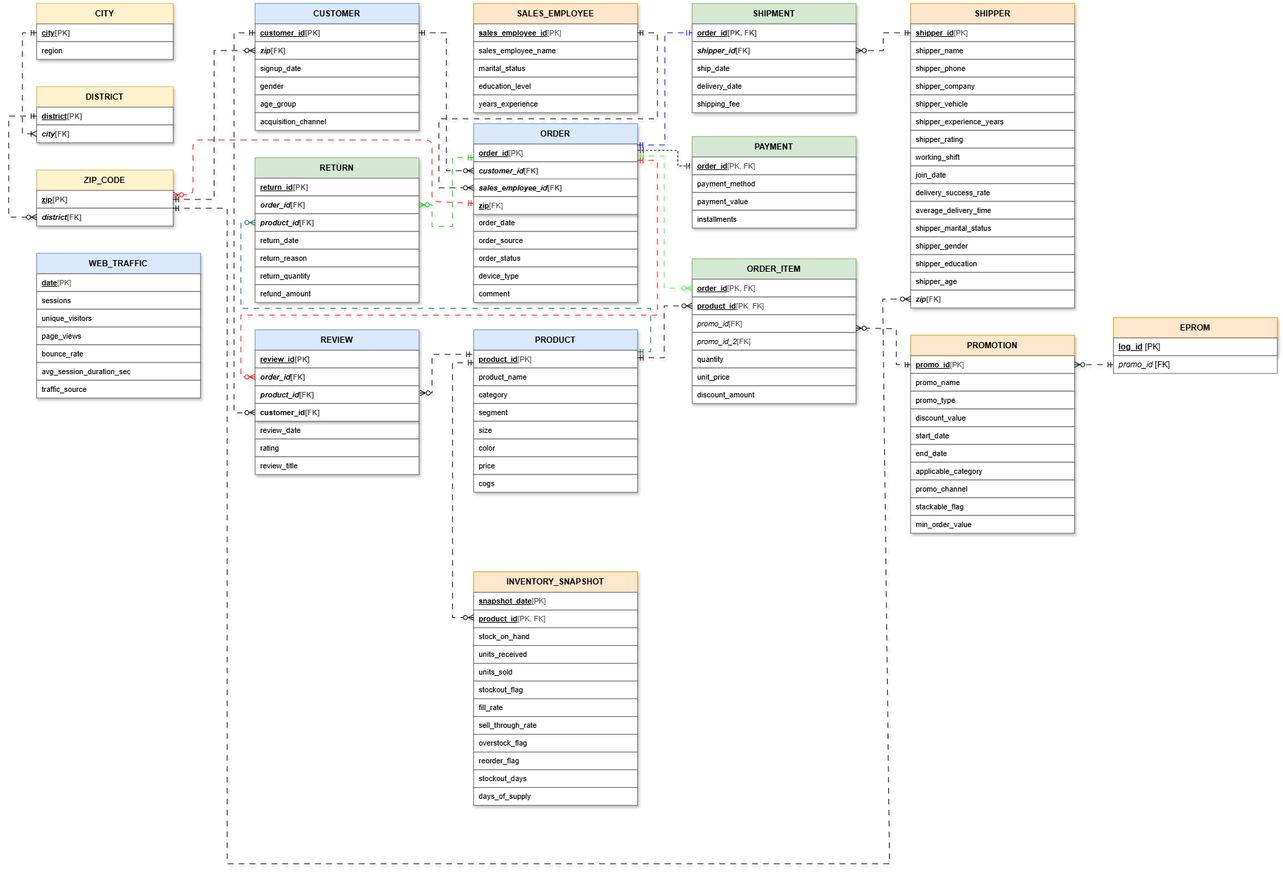
meanvux07/DAAI_N2.2 keeps this draw.io diagram as ERD và Lược đồ quan hệ/DAAI_N2.2-Lược đồ BCNF.drawio.png. Above is the earlier version. Source tidied: cells renumbered, new cells last; positions are measured from the earlier drawing's top-left corner, leaving out a move shared by most shapes.
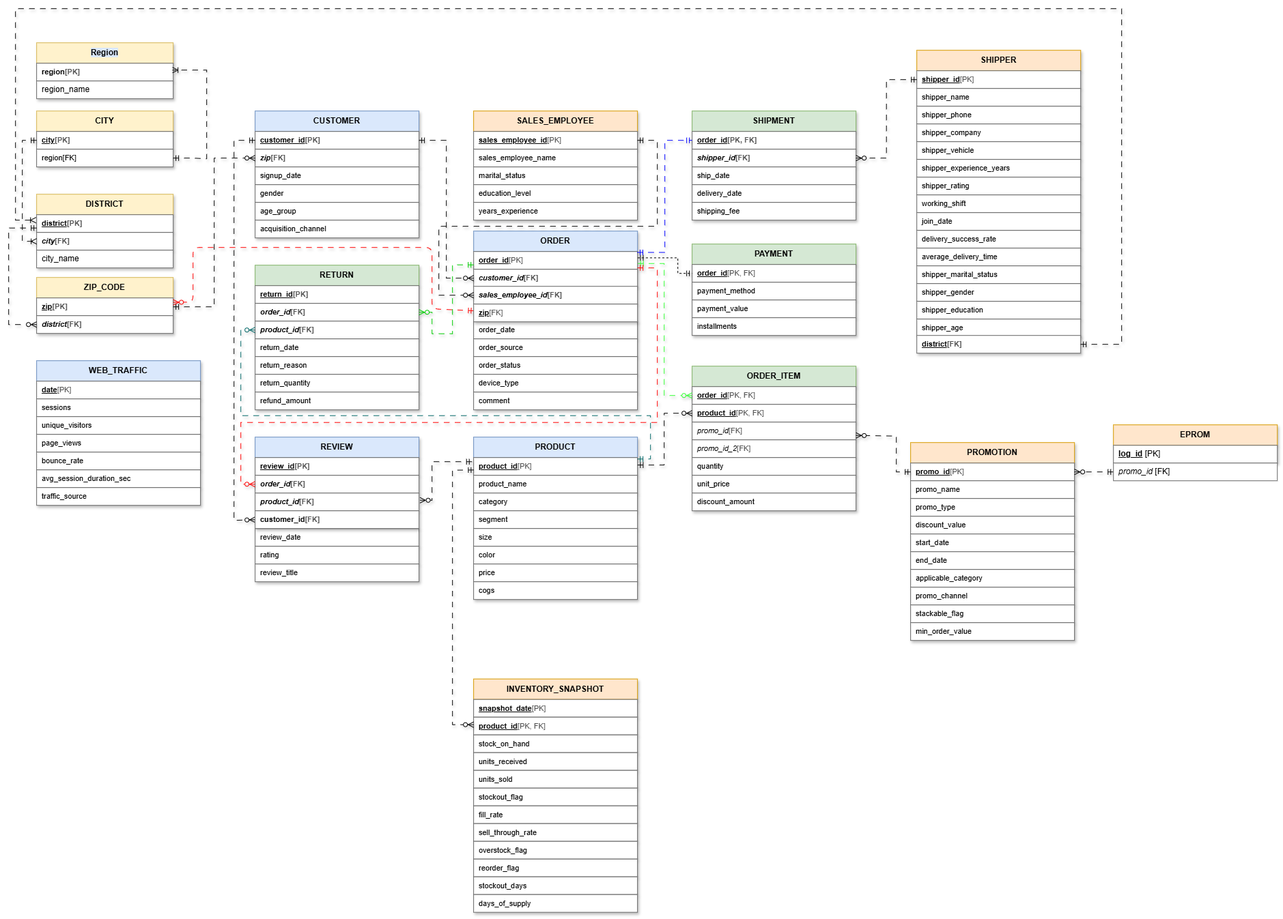
Above is the later version.

The edit, as a diff of the source:
```diff
@@ -8,7 +8,7 @@
     <mxCell id="3" value="&lt;table width=&quot;100%&quot; cellpadding=&quot;0&quot; cellspacing=&quot;0&quot; style=&quot;font-size:11px;border-collapse:collapse;&quot;&gt;&lt;tbody&gt;&lt;tr&gt;&lt;td align=&quot;left&quot;&gt;&lt;span&gt;&lt;u&gt;city&lt;/u&gt;&lt;/span&gt;&lt;/td&gt;&lt;td align=&quot;right&quot; style=&quot;color:#555;&quot;&gt;[PK]&lt;/td&gt;&lt;/tr&gt;&lt;/tbody&gt;&lt;/table&gt;" style="rounded=0;whiteSpace=wrap;html=1;align=left;verticalAlign=middle;spacingLeft=6;spacingRight=6;fontSize=11;fillColor=#ffffff;strokeColor=#666666;fontStyle=1;shadow=1;" parent="1" vertex="1">
       <mxGeometry x="40.9" y="30" width="200" height="26" as="geometry" />
     </mxCell>
-    <mxCell id="4" value="&lt;table width=&quot;100%&quot; cellpadding=&quot;0&quot; cellspacing=&quot;0&quot; style=&quot;font-size:11px;border-collapse:collapse;&quot;&gt;&lt;tbody&gt;&lt;tr&gt;&lt;td align=&quot;left&quot;&gt;region&lt;/td&gt;&lt;td align=&quot;right&quot; style=&quot;color:#555;&quot;&gt;&lt;/td&gt;&lt;/tr&gt;&lt;/tbody&gt;&lt;/table&gt;" style="rounded=0;whiteSpace=wrap;html=1;align=left;verticalAlign=middle;spacingLeft=6;spacingRight=6;fontSize=11;fillColor=#ffffff;strokeColor=#666666;fontStyle=0;shadow=1;" parent="1" vertex="1">
+    <mxCell id="4" value="&lt;table width=&quot;100%&quot; cellpadding=&quot;0&quot; cellspacing=&quot;0&quot; style=&quot;font-size:11px;border-collapse:collapse;&quot;&gt;&lt;tbody&gt;&lt;tr&gt;&lt;td align=&quot;left&quot;&gt;region[FK]&lt;/td&gt;&lt;td align=&quot;right&quot; style=&quot;color: rgb(85, 85, 85);&quot;&gt;&lt;/td&gt;&lt;/tr&gt;&lt;/tbody&gt;&lt;/table&gt;" style="rounded=0;whiteSpace=wrap;html=1;align=left;verticalAlign=middle;spacingLeft=6;spacingRight=6;fontSize=11;fillColor=#ffffff;strokeColor=#666666;fontStyle=0;shadow=1;" parent="1" vertex="1">
       <mxGeometry x="40.9" y="56" width="200" height="26" as="geometry" />
     </mxCell>
     <mxCell id="5" value="&lt;b&gt;DISTRICT&lt;/b&gt;" style="rounded=0;whiteSpace=wrap;html=1;align=center;verticalAlign=middle;fontSize=12;fillColor=#fff2cc;strokeColor=#d6b656;fontColor=#000000;shadow=1;" parent="1" vertex="1">
@@ -288,56 +288,53 @@
       <mxGeometry x="680.9" y="1148.5" width="240" height="26" as="geometry" />
     </mxCell>
     <mxCell id="97" value="&lt;b&gt;SHIPPER&lt;/b&gt;" style="rounded=0;whiteSpace=wrap;html=1;align=center;verticalAlign=middle;fontSize=12;fillColor=#ffe6cc;strokeColor=#d79b00;fontColor=#000000;shadow=1;" parent="1" vertex="1">
-      <mxGeometry x="1320.9" width="240" height="30" as="geometry" />
+      <mxGeometry x="1330" y="-89" width="240" height="30" as="geometry" />
     </mxCell>
     <mxCell id="98" value="&lt;table width=&quot;100%&quot; cellpadding=&quot;0&quot; cellspacing=&quot;0&quot; style=&quot;font-size:11px;border-collapse:collapse;&quot;&gt;&lt;tr&gt;&lt;td align=&quot;left&quot;&gt;&lt;b&gt;&lt;u&gt;shipper_id&lt;/u&gt;&lt;/b&gt;&lt;/td&gt;&lt;td align=&quot;right&quot; style=&quot;color:#555;&quot;&gt;[PK]&lt;/td&gt;&lt;/tr&gt;&lt;/table&gt;" style="rounded=0;whiteSpace=wrap;html=1;align=left;verticalAlign=middle;spacingLeft=6;spacingRight=6;fontSize=11;fillColor=#ffffff;strokeColor=#666666;shadow=1;" parent="1" vertex="1">
-      <mxGeometry x="1320.9" y="30" width="240" height="26" as="geometry" />
+      <mxGeometry x="1330" y="-59" width="240" height="26" as="geometry" />
     </mxCell>
     <mxCell id="99" value="&lt;table width=&quot;100%&quot; cellpadding=&quot;0&quot; cellspacing=&quot;0&quot; style=&quot;font-size:11px;border-collapse:collapse;&quot;&gt;&lt;tr&gt;&lt;td align=&quot;left&quot;&gt;shipper_name&lt;/td&gt;&lt;td align=&quot;right&quot; style=&quot;color:#555;&quot;&gt;&lt;/td&gt;&lt;/tr&gt;&lt;/table&gt;" style="rounded=0;whiteSpace=wrap;html=1;align=left;verticalAlign=middle;spacingLeft=6;spacingRight=6;fontSize=11;fillColor=#ffffff;strokeColor=#666666;shadow=1;" parent="1" vertex="1">
-      <mxGeometry x="1320.9" y="56" width="240" height="26" as="geometry" />
+      <mxGeometry x="1330" y="-33" width="240" height="26" as="geometry" />
     </mxCell>
     <mxCell id="100" value="&lt;table width=&quot;100%&quot; cellpadding=&quot;0&quot; cellspacing=&quot;0&quot; style=&quot;font-size:11px;border-collapse:collapse;&quot;&gt;&lt;tr&gt;&lt;td align=&quot;left&quot;&gt;shipper_phone&lt;/td&gt;&lt;td align=&quot;right&quot; style=&quot;color:#555;&quot;&gt;&lt;/td&gt;&lt;/tr&gt;&lt;/table&gt;" style="rounded=0;whiteSpace=wrap;html=1;align=left;verticalAlign=middle;spacingLeft=6;spacingRight=6;fontSize=11;fillColor=#ffffff;strokeColor=#666666;shadow=1;" parent="1" vertex="1">
-      <mxGeometry x="1320.9" y="82" width="240" height="26" as="geometry" />
+      <mxGeometry x="1330" y="-7" width="240" height="26" as="geometry" />
     </mxCell>
     <mxCell id="101" value="&lt;table width=&quot;100%&quot; cellpadding=&quot;0&quot; cellspacing=&quot;0&quot; style=&quot;font-size:11px;border-collapse:collapse;&quot;&gt;&lt;tr&gt;&lt;td align=&quot;left&quot;&gt;shipper_company&lt;/td&gt;&lt;td align=&quot;right&quot; style=&quot;color:#555;&quot;&gt;&lt;/td&gt;&lt;/tr&gt;&lt;/table&gt;" style="rounded=0;whiteSpace=wrap;html=1;align=left;verticalAlign=middle;spacingLeft=6;spacingRight=6;fontSize=11;fillColor=#ffffff;strokeColor=#666666;shadow=1;" parent="1" vertex="1">
-      <mxGeometry x="1320.9" y="108" width="240" height="26" as="geometry" />
+      <mxGeometry x="1330" y="19" width="240" height="26" as="geometry" />
     </mxCell>
     <mxCell id="102" value="&lt;table width=&quot;100%&quot; cellpadding=&quot;0&quot; cellspacing=&quot;0&quot; style=&quot;font-size:11px;border-collapse:collapse;&quot;&gt;&lt;tr&gt;&lt;td align=&quot;left&quot;&gt;shipper_vehicle&lt;/td&gt;&lt;td align=&quot;right&quot; style=&quot;color:#555;&quot;&gt;&lt;/td&gt;&lt;/tr&gt;&lt;/table&gt;" style="rounded=0;whiteSpace=wrap;html=1;align=left;verticalAlign=middle;spacingLeft=6;spacingRight=6;fontSize=11;fillColor=#ffffff;strokeColor=#666666;shadow=1;" parent="1" vertex="1">
-      <mxGeometry x="1320.9" y="134" width="240" height="26" as="geometry" />
+      <mxGeometry x="1330" y="45" width="240" height="26" as="geometry" />
     </mxCell>
     <mxCell id="103" value="&lt;table width=&quot;100%&quot; cellpadding=&quot;0&quot; cellspacing=&quot;0&quot; style=&quot;font-size:11px;border-collapse:collapse;&quot;&gt;&lt;tr&gt;&lt;td align=&quot;left&quot;&gt;shipper_experience_years&lt;/td&gt;&lt;td align=&quot;right&quot; style=&quot;color:#555;&quot;&gt;&lt;/td&gt;&lt;/tr&gt;&lt;/table&gt;" style="rounded=0;whiteSpace=wrap;html=1;align=left;verticalAlign=middle;spacingLeft=6;spacingRight=6;fontSize=11;fillColor=#ffffff;strokeColor=#666666;shadow=1;" parent="1" vertex="1">
-      <mxGeometry x="1320.9" y="160" width="240" height="26" as="geometry" />
+      <mxGeometry x="1330" y="71" width="240" height="26" as="geometry" />
     </mxCell>
     <mxCell id="104" value="&lt;table width=&quot;100%&quot; cellpadding=&quot;0&quot; cellspacing=&quot;0&quot; style=&quot;font-size:11px;border-collapse:collapse;&quot;&gt;&lt;tr&gt;&lt;td align=&quot;left&quot;&gt;shipper_rating&lt;/td&gt;&lt;td align=&quot;right&quot; style=&quot;color:#555;&quot;&gt;&lt;/td&gt;&lt;/tr&gt;&lt;/table&gt;" style="rounded=0;whiteSpace=wrap;html=1;align=left;verticalAlign=middle;spacingLeft=6;spacingRight=6;fontSize=11;fillColor=#ffffff;strokeColor=#666666;shadow=1;" parent="1" vertex="1">
-      <mxGeometry x="1320.9" y="186" width="240" height="26" as="geometry" />
+      <mxGeometry x="1330" y="97" width="240" height="26" as="geometry" />
     </mxCell>
     <mxCell id="105" value="&lt;table width=&quot;100%&quot; cellpadding=&quot;0&quot; cellspacing=&quot;0&quot; style=&quot;font-size:11px;border-collapse:collapse;&quot;&gt;&lt;tr&gt;&lt;td align=&quot;left&quot;&gt;working_shift&lt;/td&gt;&lt;td align=&quot;right&quot; style=&quot;color:#555;&quot;&gt;&lt;/td&gt;&lt;/tr&gt;&lt;/table&gt;" style="rounded=0;whiteSpace=wrap;html=1;align=left;verticalAlign=middle;spacingLeft=6;spacingRight=6;fontSize=11;fillColor=#ffffff;strokeColor=#666666;shadow=1;" parent="1" vertex="1">
-      <mxGeometry x="1320.9" y="212" width="240" height="26" as="geometry" />
+      <mxGeometry x="1330" y="123" width="240" height="26" as="geometry" />
     </mxCell>
     <mxCell id="106" value="&lt;table width=&quot;100%&quot; cellpadding=&quot;0&quot; cellspacing=&quot;0&quot; style=&quot;font-size:11px;border-collapse:collapse;&quot;&gt;&lt;tr&gt;&lt;td align=&quot;left&quot;&gt;join_date&lt;/td&gt;&lt;td align=&quot;right&quot; style=&quot;color:#555;&quot;&gt;&lt;/td&gt;&lt;/tr&gt;&lt;/table&gt;" style="rounded=0;whiteSpace=wrap;html=1;align=left;verticalAlign=middle;spacingLeft=6;spacingRight=6;fontSize=11;fillColor=#ffffff;strokeColor=#666666;shadow=1;" parent="1" vertex="1">
-      <mxGeometry x="1320.9" y="238" width="240" height="26" as="geometry" />
+      <mxGeometry x="1330" y="149" width="240" height="26" as="geometry" />
     </mxCell>
     <mxCell id="107" value="&lt;table width=&quot;100%&quot; cellpadding=&quot;0&quot; cellspacing=&quot;0&quot; style=&quot;font-size:11px;border-collapse:collapse;&quot;&gt;&lt;tr&gt;&lt;td align=&quot;left&quot;&gt;delivery_success_rate&lt;/td&gt;&lt;td align=&quot;right&quot; style=&quot;color:#555;&quot;&gt;&lt;/td&gt;&lt;/tr&gt;&lt;/table&gt;" style="rounded=0;whiteSpace=wrap;html=1;align=left;verticalAlign=middle;spacingLeft=6;spacingRight=6;fontSize=11;fillColor=#ffffff;strokeColor=#666666;shadow=1;" parent="1" vertex="1">
-      <mxGeometry x="1320.9" y="264" width="240" height="26" as="geometry" />
+      <mxGeometry x="1330" y="175" width="240" height="26" as="geometry" />
     </mxCell>
     <mxCell id="108" value="&lt;table width=&quot;100%&quot; cellpadding=&quot;0&quot; cellspacing=&quot;0&quot; style=&quot;font-size:11px;border-collapse:collapse;&quot;&gt;&lt;tr&gt;&lt;td align=&quot;left&quot;&gt;average_delivery_time&lt;/td&gt;&lt;td align=&quot;right&quot; style=&quot;color:#555;&quot;&gt;&lt;/td&gt;&lt;/tr&gt;&lt;/table&gt;" style="rounded=0;whiteSpace=wrap;html=1;align=left;verticalAlign=middle;spacingLeft=6;spacingRight=6;fontSize=11;fillColor=#ffffff;strokeColor=#666666;shadow=1;" parent="1" vertex="1">
-      <mxGeometry x="1320.9" y="290" width="240" height="26" as="geometry" />
+      <mxGeometry x="1330" y="201" width="240" height="26" as="geometry" />
     </mxCell>
     <mxCell id="109" value="&lt;table width=&quot;100%&quot; cellpadding=&quot;0&quot; cellspacing=&quot;0&quot; style=&quot;font-size:11px;border-collapse:collapse;&quot;&gt;&lt;tr&gt;&lt;td align=&quot;left&quot;&gt;shipper_marital_status&lt;/td&gt;&lt;td align=&quot;right&quot; style=&quot;color:#555;&quot;&gt;&lt;/td&gt;&lt;/tr&gt;&lt;/table&gt;" style="rounded=0;whiteSpace=wrap;html=1;align=left;verticalAlign=middle;spacingLeft=6;spacingRight=6;fontSize=11;fillColor=#ffffff;strokeColor=#666666;shadow=1;" parent="1" vertex="1">
-      <mxGeometry x="1320.9" y="316" width="240" height="26" as="geometry" />
+      <mxGeometry x="1330" y="227" width="240" height="26" as="geometry" />
     </mxCell>
     <mxCell id="110" value="&lt;table width=&quot;100%&quot; cellpadding=&quot;0&quot; cellspacing=&quot;0&quot; style=&quot;font-size:11px;border-collapse:collapse;&quot;&gt;&lt;tr&gt;&lt;td align=&quot;left&quot;&gt;shipper_gender&lt;/td&gt;&lt;td align=&quot;right&quot; style=&quot;color:#555;&quot;&gt;&lt;/td&gt;&lt;/tr&gt;&lt;/table&gt;" style="rounded=0;whiteSpace=wrap;html=1;align=left;verticalAlign=middle;spacingLeft=6;spacingRight=6;fontSize=11;fillColor=#ffffff;strokeColor=#666666;shadow=1;" parent="1" vertex="1">
-      <mxGeometry x="1320.9" y="342" width="240" height="26" as="geometry" />
+      <mxGeometry x="1330" y="253" width="240" height="26" as="geometry" />
     </mxCell>
     <mxCell id="111" value="&lt;table width=&quot;100%&quot; cellpadding=&quot;0&quot; cellspacing=&quot;0&quot; style=&quot;font-size:11px;border-collapse:collapse;&quot;&gt;&lt;tr&gt;&lt;td align=&quot;left&quot;&gt;shipper_education&lt;/td&gt;&lt;td align=&quot;right&quot; style=&quot;color:#555;&quot;&gt;&lt;/td&gt;&lt;/tr&gt;&lt;/table&gt;" style="rounded=0;whiteSpace=wrap;html=1;align=left;verticalAlign=middle;spacingLeft=6;spacingRight=6;fontSize=11;fillColor=#ffffff;strokeColor=#666666;shadow=1;" parent="1" vertex="1">
-      <mxGeometry x="1320.9" y="368" width="240" height="26" as="geometry" />
+      <mxGeometry x="1330" y="279" width="240" height="26" as="geometry" />
     </mxCell>
     <mxCell id="112" value="&lt;table width=&quot;100%&quot; cellpadding=&quot;0&quot; cellspacing=&quot;0&quot; style=&quot;font-size:11px;border-collapse:collapse;&quot;&gt;&lt;tr&gt;&lt;td align=&quot;left&quot;&gt;shipper_age&lt;/td&gt;&lt;td align=&quot;right&quot; style=&quot;color:#555;&quot;&gt;&lt;/td&gt;&lt;/tr&gt;&lt;/table&gt;" style="rounded=0;whiteSpace=wrap;html=1;align=left;verticalAlign=middle;spacingLeft=6;spacingRight=6;fontSize=11;fillColor=#ffffff;strokeColor=#666666;shadow=1;" parent="1" vertex="1">
-      <mxGeometry x="1320.9" y="394" width="240" height="26" as="geometry" />
+      <mxGeometry x="1330" y="305" width="240" height="26" as="geometry" />
     </mxCell>
-    <mxCell id="113" value="&lt;table width=&quot;100%&quot; cellpadding=&quot;0&quot; cellspacing=&quot;0&quot; style=&quot;font-size:11px;border-collapse:collapse;&quot;&gt;&lt;tbody&gt;&lt;tr&gt;&lt;td align=&quot;left&quot;&gt;&lt;i&gt;zip&lt;/i&gt;&lt;/td&gt;&lt;td align=&quot;right&quot; style=&quot;color: rgb(85, 85, 85);&quot;&gt;[FK]&lt;/td&gt;&lt;/tr&gt;&lt;/tbody&gt;&lt;/table&gt;" style="rounded=0;whiteSpace=wrap;html=1;align=left;verticalAlign=middle;spacingLeft=6;spacingRight=6;fontSize=11;fillColor=#ffffff;strokeColor=#666666;fontStyle=1;shadow=1;" parent="1" vertex="1">
-      <mxGeometry x="1320.9" y="420" width="240" height="26" as="geometry" />
-    </mxCell>
     <mxCell id="114" value="&lt;b&gt;PROMOTION&lt;/b&gt;" style="rounded=0;whiteSpace=wrap;html=1;align=center;verticalAlign=middle;fontSize=12;fillColor=#ffe6cc;strokeColor=#d79b00;fontColor=#000000;shadow=1;" parent="1" vertex="1">
       <mxGeometry x="1320.9" y="486" width="240" height="30" as="geometry" />
     </mxCell>
@@ -385,25 +382,14 @@
         </Array>
       </mxGeometry>
     </mxCell>
-    <mxCell id="128" style="edgeStyle=orthogonalEdgeStyle;rounded=0;html=1;endArrow=ERzeroToMany;startArrow=ERmandOne;startFill=0;endFill=0;fontSize=9;exitX=0;exitY=0.5;exitDx=0;exitDy=0;entryX=0;entryY=0.5;entryDx=0;entryDy=0;flowAnimation=1;shadow=1;" parent="1" edge="1" source="6" target="10">
+    <mxCell id="128" style="edgeStyle=orthogonalEdgeStyle;rounded=0;html=1;endArrow=ERzeroToMany;startArrow=ERmandOne;startFill=0;endFill=0;fontSize=9;exitX=0;exitY=0.75;exitDx=0;exitDy=0;entryX=0;entryY=0.5;entryDx=0;entryDy=0;flowAnimation=1;shadow=1;" parent="1" edge="1" source="6" target="10">
       <mxGeometry relative="1" as="geometry">
         <Array as="points">
-          <mxPoint y="165" />
+          <mxPoint y="171.5" />
           <mxPoint y="313" />
         </Array>
       </mxGeometry>
     </mxCell>
-    <mxCell id="129" style="rounded=0;html=1;endArrow=ERzeroToMany;startArrow=ERmandOne;startFill=0;endFill=0;fontSize=9;exitX=1;exitY=0;exitDx=0;exitDy=0;entryX=0;entryY=0.5;entryDx=0;entryDy=0;flowAnimation=1;shadow=1;" parent="1" edge="1" source="10" target="113">
-      <mxGeometry relative="1" as="geometry">
-        <Array as="points">
-          <mxPoint x="320" y="300" />
-          <mxPoint x="320" y="1260" />
-          <mxPoint x="820" y="1260" />
-          <mxPoint x="1290" y="1260" />
-          <mxPoint x="1280" y="433" />
-        </Array>
-      </mxGeometry>
-    </mxCell>
     <mxCell id="130" style="edgeStyle=orthogonalEdgeStyle;rounded=0;html=1;endArrow=ERzeroToMany;startArrow=ERmandOne;startFill=0;endFill=0;fontSize=9;exitX=1;exitY=0.5;exitDx=0;exitDy=0;entryX=0;entryY=0.5;entryDx=0;entryDy=0;flowAnimation=1;shadow=1;" parent="1" edge="1" source="9" target="21">
       <mxGeometry relative="1" as="geometry" />
     </mxCell>
@@ -539,5 +525,40 @@
     <mxCell id="149" value="&lt;i style=&quot;font-size: 12px; text-align: center;&quot;&gt;promo_id&lt;/i&gt;&lt;span style=&quot;font-size: 12px; text-align: center;&quot;&gt; [FK]&lt;/span&gt;" style="rounded=0;whiteSpace=wrap;html=1;align=left;verticalAlign=middle;spacingLeft=6;spacingRight=6;fontSize=11;fillColor=#ffffff;strokeColor=#666666;shadow=0;" parent="1" vertex="1">
       <mxGeometry x="1618" y="516" width="240" height="26" as="geometry" />
     </mxCell>
+    <mxCell id="150" value="&lt;table width=&quot;100%&quot; cellpadding=&quot;0&quot; cellspacing=&quot;0&quot; style=&quot;font-weight: 700; border-collapse: collapse;&quot;&gt;&lt;tbody&gt;&lt;tr&gt;&lt;td align=&quot;left&quot;&gt;&lt;u&gt;district&lt;/u&gt;&lt;/td&gt;&lt;td align=&quot;right&quot; style=&quot;color: rgb(85, 85, 85);&quot;&gt;[FK]&lt;/td&gt;&lt;/tr&gt;&lt;/tbody&gt;&lt;/table&gt;" style="rounded=0;whiteSpace=wrap;html=1;align=left;verticalAlign=middle;spacingLeft=6;spacingRight=6;fontSize=11;fillColor=#ffffff;strokeColor=#666666;shadow=1;" parent="1" vertex="1">
+      <mxGeometry x="1330" y="329" width="240" height="26" as="geometry" />
+    </mxCell>
+    <mxCell id="151" value="&lt;span style=&quot;font-family: Helvetica, Arial, sans-serif; font-weight: 700; background-color: rgb(218, 232, 252);&quot;&gt;Region&lt;/span&gt;" style="rounded=0;whiteSpace=wrap;html=1;align=center;verticalAlign=middle;fontSize=12;fillColor=#fff2cc;strokeColor=#d6b656;fontColor=#000000;shadow=1;" parent="1" vertex="1">
+      <mxGeometry x="40.9" y="-100" width="200" height="30" as="geometry" />
+    </mxCell>
+    <mxCell id="152" value="&lt;table width=&quot;100%&quot; cellpadding=&quot;0&quot; cellspacing=&quot;0&quot; style=&quot;border-collapse: collapse;&quot;&gt;&lt;tbody&gt;&lt;tr&gt;&lt;td align=&quot;left&quot;&gt;region&lt;/td&gt;&lt;td align=&quot;right&quot; style=&quot;color: rgb(85, 85, 85);&quot;&gt;[PK]&lt;/td&gt;&lt;/tr&gt;&lt;/tbody&gt;&lt;/table&gt;" style="rounded=0;whiteSpace=wrap;html=1;align=left;verticalAlign=middle;spacingLeft=6;spacingRight=6;fontSize=11;fillColor=#ffffff;strokeColor=#666666;fontStyle=1;shadow=1;" parent="1" vertex="1">
+      <mxGeometry x="40.9" y="-70" width="200" height="26" as="geometry" />
+    </mxCell>
+    <mxCell id="153" value="&lt;span style=&quot;font-family: Helvetica, Arial, sans-serif; font-size: 12px; text-align: center;&quot;&gt;&lt;span&gt;region_name&lt;/span&gt;&lt;/span&gt;" style="rounded=0;whiteSpace=wrap;html=1;align=left;verticalAlign=middle;spacingLeft=6;spacingRight=6;fontSize=11;fillColor=#ffffff;strokeColor=#666666;fontStyle=0;shadow=1;" parent="1" vertex="1">
+      <mxGeometry x="40.9" y="-44" width="200" height="26" as="geometry" />
+    </mxCell>
+    <mxCell id="154" value="&lt;span style=&quot;font-family: Helvetica, Arial, sans-serif; font-size: 12px; font-weight: 400; text-align: center;&quot;&gt;city_name&lt;/span&gt;" style="rounded=0;whiteSpace=wrap;html=1;align=left;verticalAlign=middle;spacingLeft=6;spacingRight=6;fontSize=11;fillColor=#ffffff;strokeColor=#666666;fontStyle=1;shadow=1;" parent="1" vertex="1">
+      <mxGeometry x="40.9" y="204" width="200" height="26" as="geometry" />
+    </mxCell>
+    <mxCell id="155" style="edgeStyle=orthogonalEdgeStyle;rounded=0;html=1;endArrow=ERoneToMany;startArrow=ERmandOne;startFill=0;endFill=0;fontSize=9;entryX=0.995;entryY=0.385;entryDx=0;entryDy=0;flowAnimation=1;shadow=1;exitX=1;exitY=0.5;exitDx=0;exitDy=0;entryPerimeter=0;" parent="1" edge="1" source="4" target="152">
+      <mxGeometry relative="1" as="geometry">
+        <Array as="points">
+          <mxPoint x="270" y="69" />
+          <mxPoint x="290.1" y="70" />
+          <mxPoint x="290.1" y="-60" />
+        </Array>
+      </mxGeometry>
+    </mxCell>
+    <mxCell id="156" style="edgeStyle=orthogonalEdgeStyle;rounded=0;html=1;endArrow=ERoneToMany;startArrow=ERmandOne;startFill=0;endFill=0;fontSize=9;exitX=1;exitY=0.5;exitDx=0;exitDy=0;flowAnimation=1;shadow=1;" parent="1" edge="1" source="150">
+      <mxGeometry relative="1" as="geometry">
+        <mxPoint x="40" y="160" as="targetPoint" />
+        <Array as="points">
+          <mxPoint x="1630" y="341.9" />
+          <mxPoint x="1630" y="-150.1" />
+          <mxPoint x="10" y="-150.1" />
+          <mxPoint x="10" y="160.1" />
+        </Array>
+      </mxGeometry>
+    </mxCell>
   </root>
 </mxGraphModel>
```
